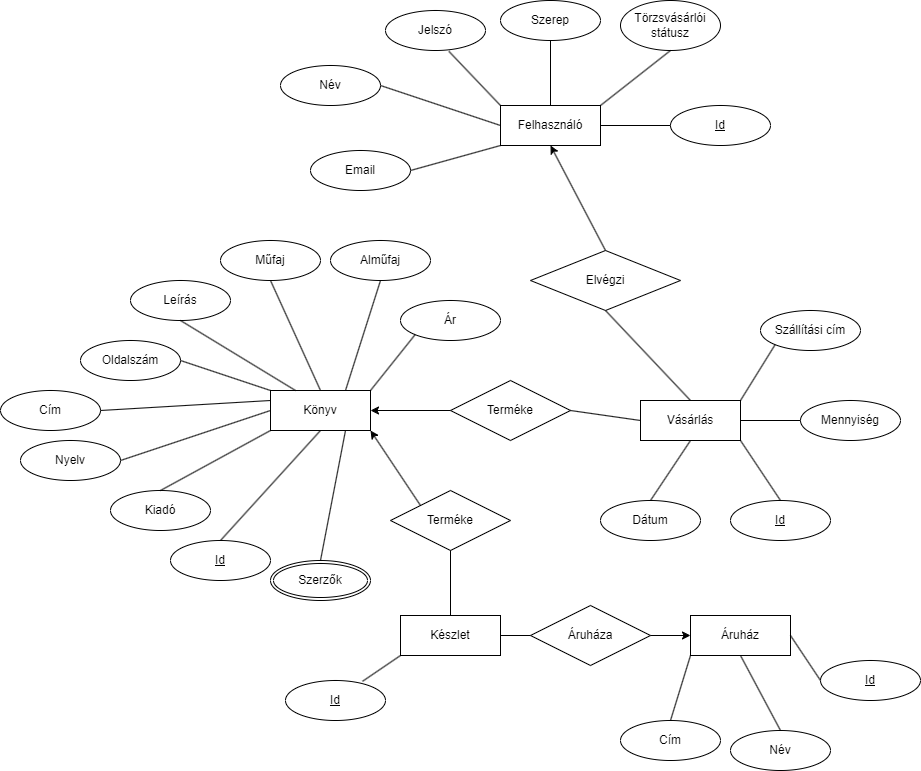
This is merfoldko01 doku/EK.png from ajudge00/Adatb-alapu-projekt, a draw.io export, as it was before one commit. Source tidied: cells renumbered, new cells last; positions are measured from the earlier drawing's top-left corner, leaving out a move shared by most shapes.
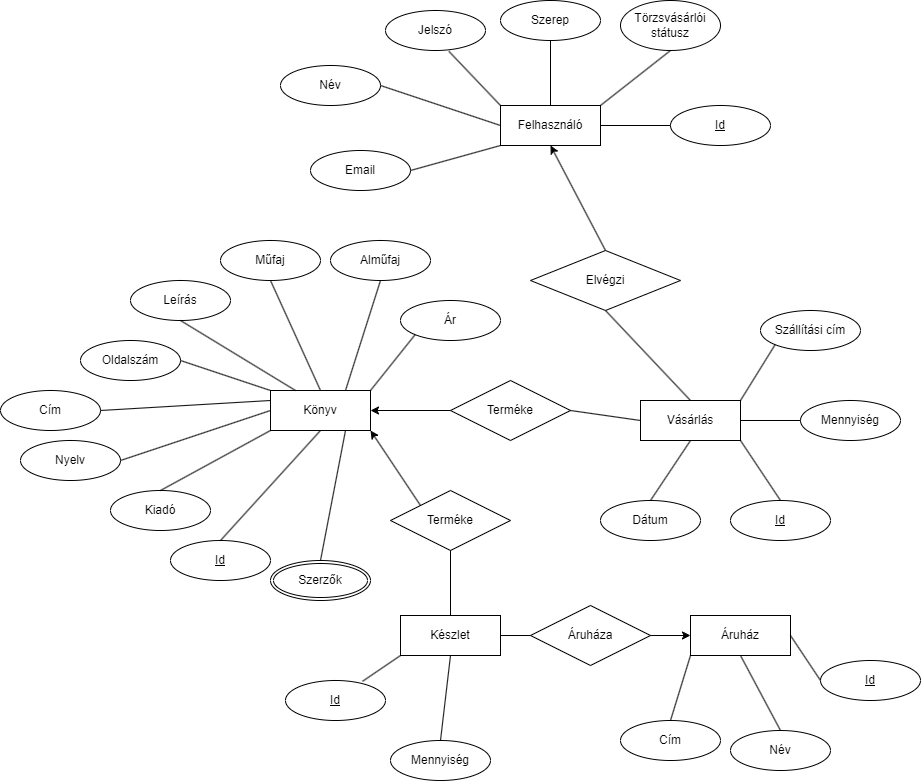
Later version of the same file.

Commit message:
relációsémák + normalizálás

Diff of the diagram source:
```diff
@@ -197,5 +197,11 @@
     <mxCell id="66" style="endArrow=none;html=1;rounded=0;exitX=1;exitY=0.5;exitDx=0;exitDy=0;entryX=0;entryY=0.25;entryDx=0;entryDy=0;" parent="1" edge="1" source="65" target="2">
       <mxGeometry relative="1" as="geometry" />
     </mxCell>
+    <mxCell id="67" value="Mennyiség" style="ellipse;whiteSpace=wrap;html=1;align=center;" parent="1" vertex="1">
+      <mxGeometry x="390" y="740" width="100" height="40" as="geometry" />
+    </mxCell>
+    <mxCell id="68" style="endArrow=none;html=1;rounded=0;exitX=0.5;exitY=0;exitDx=0;exitDy=0;entryX=0.5;entryY=1;entryDx=0;entryDy=0;" parent="1" edge="1" source="67" target="44">
+      <mxGeometry relative="1" as="geometry" />
+    </mxCell>
   </root>
 </mxGraphModel>
```
